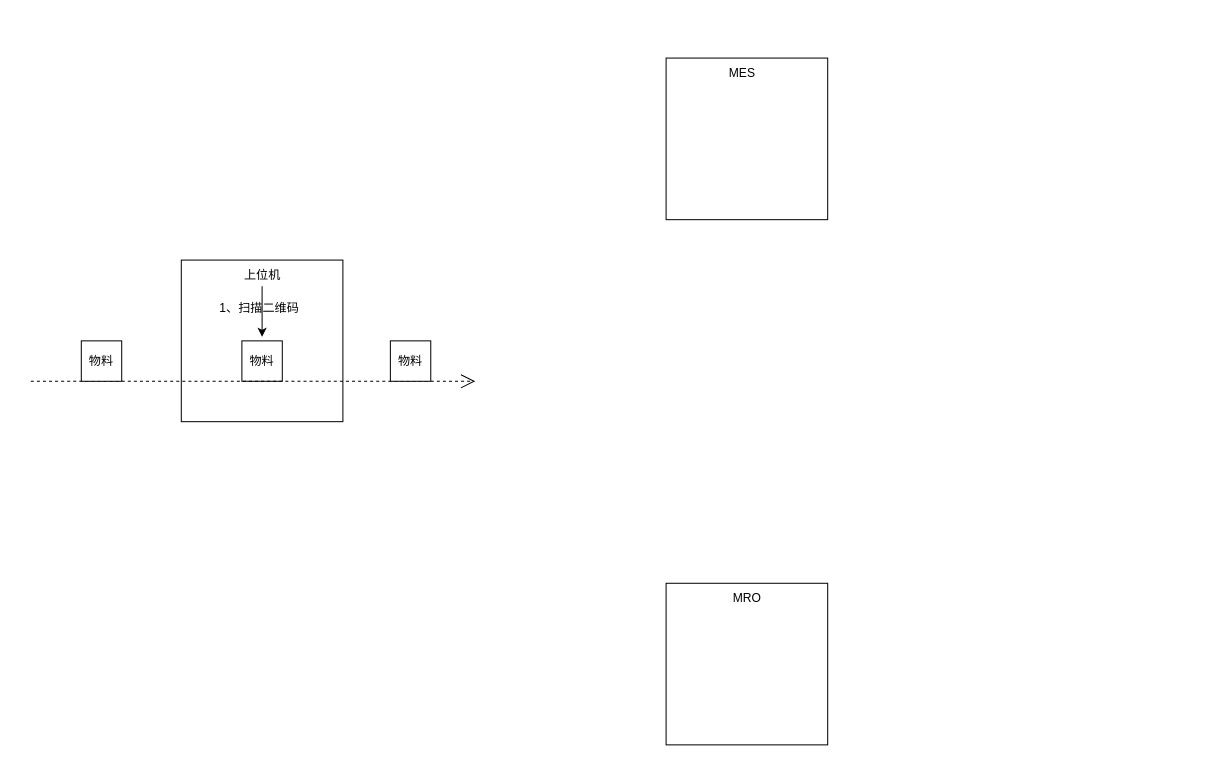
The draw.io diagram page "第 1 页" (1 of 2) of 未命名绘图.drawio in KNAI-I/test, before the edit. Source tidied: cells renumbered, new cells numbered last; positions are measured from the earlier drawing's top-left corner, leaving out a move shared by most shapes. Both pictures are drawn from the tidied source at 101%, with x=0, y=0 at pixel (30, 58).
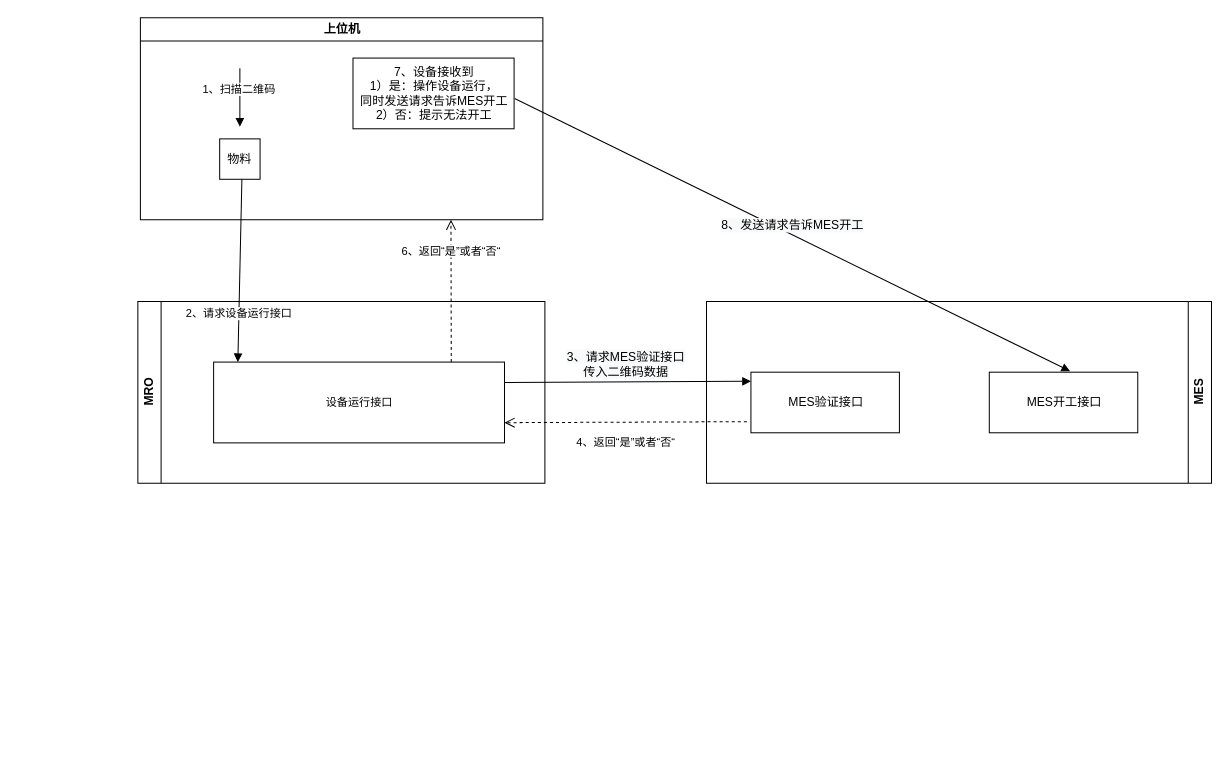
The same diagram, later.

Commit message:
更新未命名绘图.drawio

Change to the diagram source:
```diff
@@
-    <mxCell id="2" style="whiteSpace=wrap;html=1;" parent="1" vertex="1">
-      <mxGeometry x="149" y="200" width="160" height="160" as="geometry" />
-    </mxCell>
     <mxCell id="3" value="物料" style="whiteSpace=wrap;html=1;" parent="1" vertex="1">
-      <mxGeometry x="209" y="280" width="40" height="40" as="geometry" />
+      <mxGeometry x="187" y="80" width="40" height="40" as="geometry" />
     </mxCell>
-    <mxCell id="4" style="endArrow=open;endSize=12;dashed=1;html=1;rounded=0;" parent="1" edge="1">
-      <mxGeometry x="-0.45" y="30" relative="1" as="geometry">
-        <mxPoint y="320" as="sourcePoint" />
-        <mxPoint x="440" y="320" as="targetPoint" />
-      </mxGeometry>
-    </mxCell>
+    <mxCell id="8" value="1、扫描二维码" style="html=1;verticalAlign=bottom;endArrow=block;rounded=0;entryX=0.5;entryY=0;entryDx=0;entryDy=0;" parent="1" edge="1">
+      <mxGeometry x="0.03" y="-1" relative="1" as="geometry">
+        <mxPoint x="207" y="10" as="sourcePoint" />
+        <mxPoint x="207" y="68" as="targetPoint" />
+      </mxGeometry>
+    </mxCell>
+    <mxCell id="14" value="2、请求设备运行接口" style="html=1;verticalAlign=bottom;endArrow=block;rounded=0;entryX=0.5;entryY=0;entryDx=0;entryDy=0;" parent="1" edge="1">
+      <mxGeometry x="0.57" relative="1" as="geometry">
+        <mxPoint x="209" y="120" as="sourcePoint" />
+        <mxPoint x="205" y="301" as="targetPoint" />
+      </mxGeometry>
+    </mxCell>
+    <mxCell id="15" value="&lt;span style=&quot;font-size: 12px; background-color: rgb(248, 249, 250);&quot;&gt;3、请求MES验证接口&lt;/span&gt;&lt;br style=&quot;font-size: 12px; background-color: rgb(248, 249, 250);&quot;&gt;&lt;span style=&quot;font-size: 12px; background-color: rgb(248, 249, 250);&quot;&gt;传入二维码数据&lt;/span&gt;" style="html=1;verticalAlign=bottom;endArrow=block;rounded=0;exitX=1;exitY=0.75;exitDx=0;exitDy=0;entryX=0;entryY=0.15;entryDx=0;entryDy=0;entryPerimeter=0;" parent="1" edge="1" target="18">
+      <mxGeometry x="0.39" y="1" relative="1" as="geometry">
+        <mxPoint x="308" y="322" as="sourcePoint" />
+      </mxGeometry>
+    </mxCell>
+    <mxCell id="16" value="&lt;span style=&quot;font-size: 11px; background-color: rgb(255, 255, 255);&quot;&gt;设备运行接口&lt;/span&gt;&lt;span style=&quot;&quot;&gt;&lt;br&gt;&lt;/span&gt;" style="html=1;" parent="1" vertex="1">
+      <mxGeometry x="181" y="301" width="288" height="80" as="geometry" />
+    </mxCell>
+    <mxCell id="17" value="4、返回“是”或者“否“" style="html=1;verticalAlign=bottom;endArrow=open;dashed=1;endSize=8;rounded=0;" parent="1" edge="1">
+      <mxGeometry y="29" relative="1" as="geometry">
+        <mxPoint x="709" y="360" as="sourcePoint" />
+        <mxPoint x="469" y="361" as="targetPoint" />
+        <mxPoint y="1" as="offset" />
+      </mxGeometry>
+    </mxCell>
+    <mxCell id="12" value="MRO" style="swimlane;horizontal=0;whiteSpace=wrap;html=1;" parent="1" vertex="1">
+      <mxGeometry x="106" y="241" width="403" height="180" as="geometry" />
+    </mxCell>
+    <mxCell id="11" value="MES" style="swimlane;horizontal=0;whiteSpace=wrap;html=1;direction=west;" parent="1" vertex="1">
+      <mxGeometry x="669" y="241" width="500" height="180" as="geometry" />
+    </mxCell>
+    <mxCell id="18" value="MES验证接口" style="html=1;" parent="11" vertex="1">
+      <mxGeometry x="44" y="70" width="147" height="60" as="geometry" />
+    </mxCell>
+    <mxCell id="19" value="MES开工接口" style="html=1;" parent="11" vertex="1">
+      <mxGeometry x="280" y="70" width="147" height="60" as="geometry" />
+    </mxCell>
+    <mxCell id="20" value="6、返回“是”或者“否“" style="html=1;verticalAlign=bottom;endArrow=open;dashed=1;endSize=8;rounded=0;exitX=0.817;exitY=0;exitDx=0;exitDy=0;exitPerimeter=0;" parent="1" edge="1" source="16">
+      <mxGeometry x="0.43" relative="1" as="geometry">
+        <mxPoint x="416" y="160" as="targetPoint" />
+      </mxGeometry>
+    </mxCell>
-    <mxCell id="5" value="上位机" style="text;html=1;align=center;verticalAlign=middle;strokeColor=none;fillColor=none;" parent="1" vertex="1">
-      <mxGeometry x="199" y="200" width="60" height="30" as="geometry" />
+    <mxCell id="5" value="上位机" style="swimlane;whiteSpace=wrap;html=1;" parent="1" vertex="1">
+      <mxGeometry x="108.5" y="-40" width="398.5" height="200" as="geometry" />
     </mxCell>
-    <mxCell id="6" value="物料" style="whiteSpace=wrap;html=1;" parent="1" vertex="1">
-      <mxGeometry x="50" y="280" width="40" height="40" as="geometry" />
-    </mxCell>
-    <mxCell id="7" style="endArrow=classic;html=1;rounded=0;entryX=0.5;entryY=0;entryDx=0;entryDy=0;" parent="1" edge="1">
-      <mxGeometry relative="1" as="geometry">
-        <mxPoint x="229" y="226" as="sourcePoint" />
-        <mxPoint x="229" y="276" as="targetPoint" />
-      </mxGeometry>
-    </mxCell>
-    <mxCell id="8" value="1、扫描二维码" style="text;html=1;align=center;verticalAlign=middle;strokeColor=none;fillColor=none;" parent="1" vertex="1">
-      <mxGeometry x="176" y="233" width="100" height="30" as="geometry" />
-    </mxCell>
-    <mxCell id="9" style="whiteSpace=wrap;html=1;" parent="1" vertex="1">
-      <mxGeometry x="629" y="520" width="160" height="160" as="geometry" />
-    </mxCell>
-    <mxCell id="10" style="whiteSpace=wrap;html=1;" parent="1" vertex="1">
-      <mxGeometry x="629" width="160" height="160" as="geometry" />
-    </mxCell>
-    <mxCell id="11" value="MES" style="text;html=1;align=center;verticalAlign=middle;strokeColor=none;fillColor=none;" parent="1" vertex="1">
-      <mxGeometry x="679" width="50" height="30" as="geometry" />
-    </mxCell>
-    <mxCell id="12" value="MRO" style="text;html=1;align=center;verticalAlign=middle;strokeColor=none;fillColor=none;" parent="1" vertex="1">
-      <mxGeometry x="684" y="520" width="50" height="30" as="geometry" />
-    </mxCell>
-    <mxCell id="13" value="物料" style="whiteSpace=wrap;html=1;" parent="1" vertex="1">
-      <mxGeometry x="356" y="280" width="40" height="40" as="geometry" />
-    </mxCell>
+    <mxCell id="21" value="7、设备接收到&lt;br&gt;1）是：操作设备运行，&lt;br&gt;同时发送请求告诉MES开工&lt;br&gt;2）否：提示无法开工" style="html=1;" parent="5" vertex="1">
+      <mxGeometry x="210.5" y="40" width="159.5" height="70" as="geometry" />
+    </mxCell>
+    <mxCell id="22" value="&lt;span style=&quot;font-size: 12px; background-color: rgb(248, 249, 250);&quot;&gt;8、发送请求告诉MES开工&lt;/span&gt;" style="html=1;verticalAlign=bottom;endArrow=block;rounded=0;" parent="1" edge="1">
+      <mxGeometry relative="1" as="geometry">
+        <mxPoint x="479" y="40" as="sourcePoint" />
+        <mxPoint x="1029" y="310" as="targetPoint" />
+      </mxGeometry>
+    </mxCell>
```
